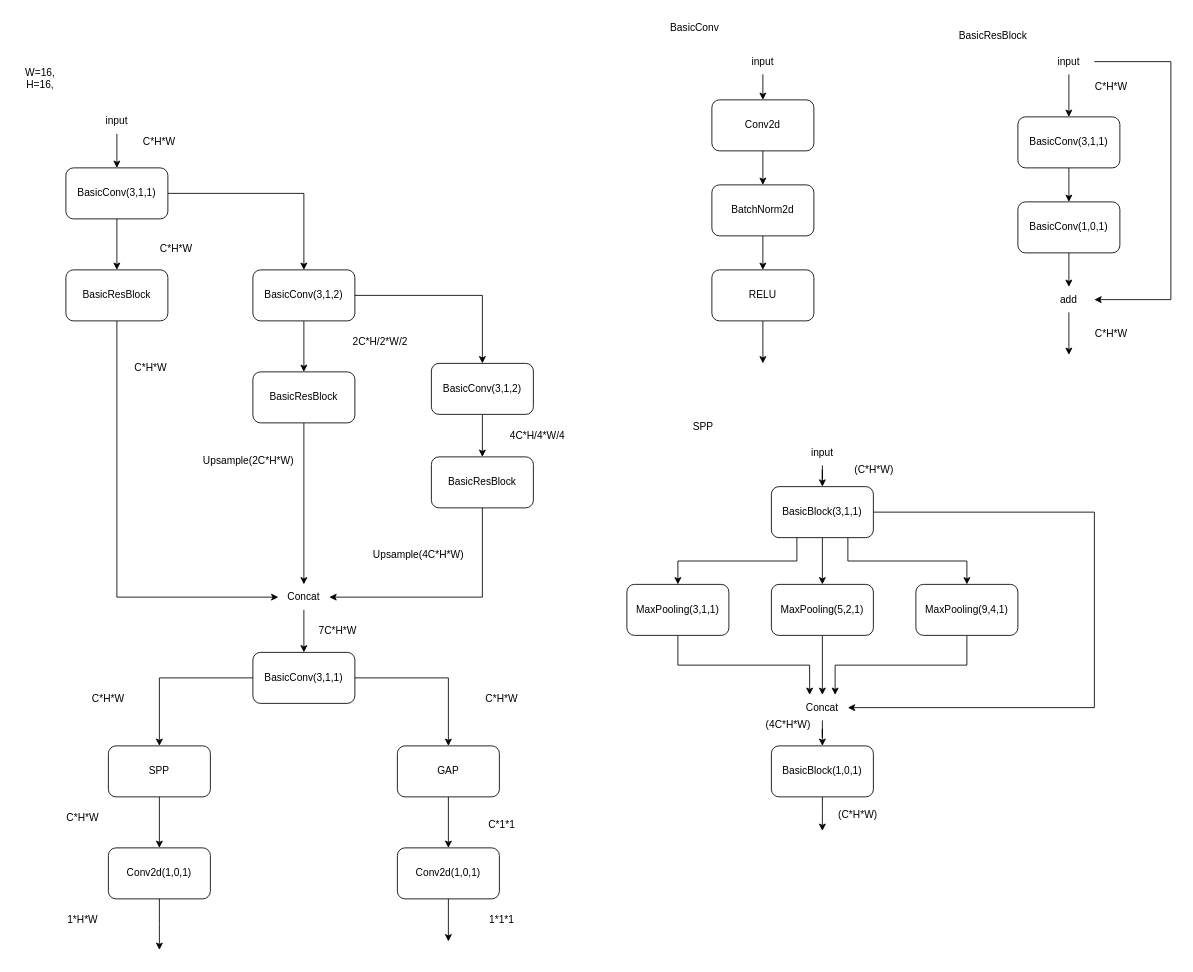
This is docs/五子棋策略价值网络设计.drawio from dowdyboy/lin_xiao_five_in_a_row, a draw.io file, before an edit. Source tidied: cells renumbered, new cells numbered last; positions are measured from the earlier drawing's top-left corner, leaving out a move shared by most shapes. Both pictures are drawn from the tidied source at 85%, with x=0, y=0 at pixel (14, 14).
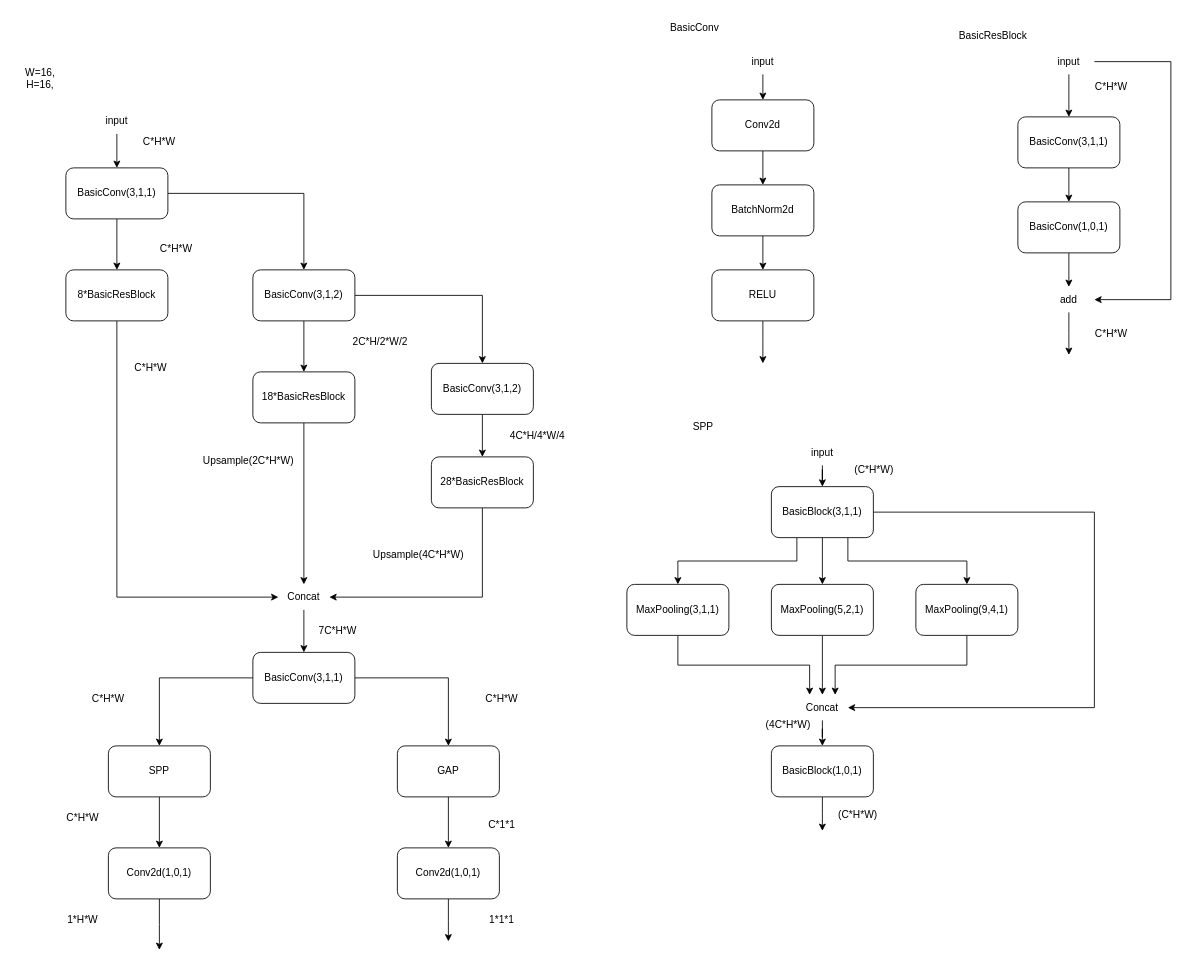
Above is the later version.

Change to the diagram source:
```diff
@@
-    <mxCell id="31" value="BasicResBlock" style="rounded=1;whiteSpace=wrap;html=1;" parent="1" vertex="1">
+    <mxCell id="31" value="8*BasicResBlock" style="rounded=1;whiteSpace=wrap;html=1;" parent="1" vertex="1">
       <mxGeometry x="60" y="300" width="120" height="60" as="geometry" />
     </mxCell>
@@
-    <mxCell id="40" value="BasicResBlock" style="rounded=1;whiteSpace=wrap;html=1;" parent="1" vertex="1">
+    <mxCell id="40" value="18*BasicResBlock" style="rounded=1;whiteSpace=wrap;html=1;" parent="1" vertex="1">
       <mxGeometry x="280" y="420" width="120" height="60" as="geometry" />
     </mxCell>
@@
-    <mxCell id="42" value="BasicResBlock" style="rounded=1;whiteSpace=wrap;html=1;" parent="1" vertex="1">
+    <mxCell id="42" value="28*BasicResBlock" style="rounded=1;whiteSpace=wrap;html=1;" parent="1" vertex="1">
       <mxGeometry x="490" y="520" width="120" height="60" as="geometry" />
     </mxCell>
```
